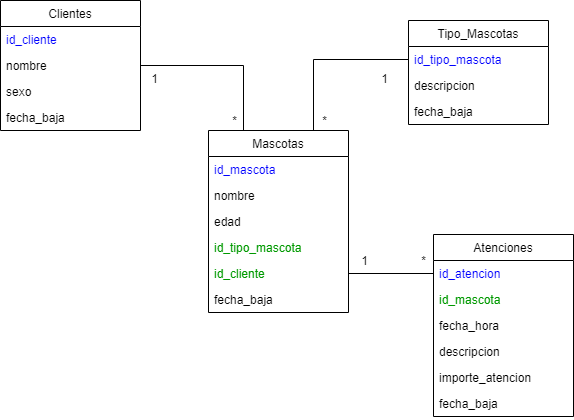
ezebarrale/Veterinaria_App keeps this draw.io diagram as Veterinaria_DB/DiagramaDBVeterinaria.drawio.png. Above is the earlier version. Source tidied: cells renumbered, new cells last; positions are measured from the earlier drawing's top-left corner, leaving out a move shared by most shapes.
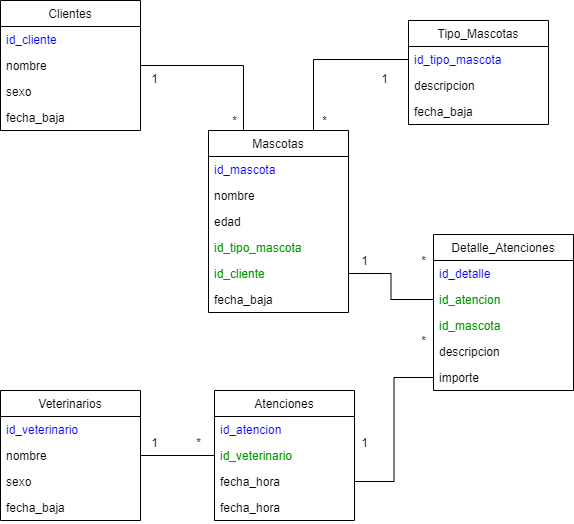
Later version of the same file.

Change to the diagram source:
```diff
@@ -41,27 +41,24 @@
     <mxCell id="14" value="fecha_baja" style="text;strokeColor=none;fillColor=none;align=left;verticalAlign=top;spacingLeft=4;spacingRight=4;overflow=hidden;fontColor=#000000;" parent="8" vertex="1">
       <mxGeometry y="156" width="140" height="26" as="geometry" />
     </mxCell>
-    <mxCell id="15" value="Atenciones" style="swimlane;fontStyle=0;horizontal=1;startSize=26;fillColor=none;" parent="1" vertex="1">
-      <mxGeometry x="433" y="234" width="140" height="182" as="geometry" />
+    <mxCell id="15" value="Detalle_Atenciones" style="swimlane;fontStyle=0;horizontal=1;startSize=26;fillColor=none;" parent="1" vertex="1">
+      <mxGeometry x="433" y="234" width="140" height="156" as="geometry" />
     </mxCell>
+    <mxCell id="34" value="id_detalle" style="text;strokeColor=none;fillColor=none;align=left;verticalAlign=top;spacingLeft=4;spacingRight=4;overflow=hidden;fontColor=#0000FF;" parent="15" vertex="1">
+      <mxGeometry y="26" width="140" height="26" as="geometry" />
+    </mxCell>
-    <mxCell id="16" value="id_atencion" style="text;strokeColor=none;fillColor=none;align=left;verticalAlign=top;spacingLeft=4;spacingRight=4;overflow=hidden;points=[[0,0.5],[1,0.5]];portConstraint=eastwest;fontColor=#0000FF;" parent="15" vertex="1">
-      <mxGeometry y="26" width="140" height="26" as="geometry" />
+    <mxCell id="16" value="id_atencion" style="text;strokeColor=none;fillColor=none;align=left;verticalAlign=top;spacingLeft=4;spacingRight=4;overflow=hidden;points=[[0,0.5],[1,0.5]];portConstraint=eastwest;fontColor=#009900;" parent="15" vertex="1">
+      <mxGeometry y="52" width="140" height="26" as="geometry" />
     </mxCell>
     <mxCell id="17" value="id_mascota" style="text;strokeColor=none;fillColor=none;align=left;verticalAlign=top;spacingLeft=4;spacingRight=4;overflow=hidden;fontColor=#009900;" parent="15" vertex="1">
-      <mxGeometry y="52" width="140" height="26" as="geometry" />
+      <mxGeometry y="78" width="140" height="26" as="geometry" />
     </mxCell>
-    <mxCell id="18" value="fecha_hora" style="text;strokeColor=none;fillColor=none;align=left;verticalAlign=top;spacingLeft=4;spacingRight=4;overflow=hidden;points=[[0,0.5],[1,0.5]];portConstraint=eastwest;" parent="15" vertex="1">
-      <mxGeometry y="78" width="140" height="26" as="geometry" />
-    </mxCell>
     <mxCell id="19" value="descripcion" style="text;strokeColor=none;fillColor=none;align=left;verticalAlign=top;spacingLeft=4;spacingRight=4;overflow=hidden;" parent="15" vertex="1">
       <mxGeometry y="104" width="140" height="26" as="geometry" />
     </mxCell>
-    <mxCell id="20" value="importe_atencion" style="text;strokeColor=none;fillColor=none;align=left;verticalAlign=top;spacingLeft=4;spacingRight=4;overflow=hidden;points=[[0,0.5],[1,0.5]];portConstraint=eastwest;" parent="15" vertex="1">
+    <mxCell id="20" value="importe" style="text;strokeColor=none;fillColor=none;align=left;verticalAlign=top;spacingLeft=4;spacingRight=4;overflow=hidden;points=[[0,0.5],[1,0.5]];portConstraint=eastwest;" parent="15" vertex="1">
       <mxGeometry y="130" width="140" height="26" as="geometry" />
     </mxCell>
-    <mxCell id="21" value="fecha_baja" style="text;strokeColor=none;fillColor=none;align=left;verticalAlign=top;spacingLeft=4;spacingRight=4;overflow=hidden;" parent="15" vertex="1">
-      <mxGeometry y="156" width="140" height="26" as="geometry" />
-    </mxCell>
     <mxCell id="22" value="Tipo_Mascotas" style="swimlane;fontStyle=0;horizontal=1;startSize=26;fillColor=none;" parent="1" vertex="1">
       <mxGeometry x="408" y="20" width="140" height="104" as="geometry" />
     </mxCell>
@@ -98,5 +95,53 @@
     <mxCell id="33" value="*" style="text;html=1;align=center;verticalAlign=middle;fillColor=none;strokeColor=none;rounded=0;" parent="1" vertex="1">
       <mxGeometry x="224" y="110" width="20" height="20" as="geometry" />
     </mxCell>
+    <mxCell id="35" value="Atenciones" style="swimlane;fontStyle=0;horizontal=1;startSize=26;fillColor=none;" parent="1" vertex="1">
+      <mxGeometry x="214" y="390" width="140" height="130" as="geometry" />
+    </mxCell>
+    <mxCell id="36" value="id_atencion" style="text;strokeColor=none;fillColor=none;align=left;verticalAlign=top;spacingLeft=4;spacingRight=4;overflow=hidden;fontColor=#0000FF;" parent="35" vertex="1">
+      <mxGeometry y="26" width="140" height="26" as="geometry" />
+    </mxCell>
+    <mxCell id="37" value="id_veterinario" style="text;strokeColor=none;fillColor=none;align=left;verticalAlign=top;spacingLeft=4;spacingRight=4;overflow=hidden;points=[[0,0.5],[1,0.5]];portConstraint=eastwest;fontColor=#009900;" parent="35" vertex="1">
+      <mxGeometry y="52" width="140" height="26" as="geometry" />
+    </mxCell>
+    <mxCell id="18" value="fecha_hora" style="text;strokeColor=none;fillColor=none;align=left;verticalAlign=top;spacingLeft=4;spacingRight=4;overflow=hidden;points=[[0,0.5],[1,0.5]];portConstraint=eastwest;" parent="35" vertex="1">
+      <mxGeometry y="78" width="140" height="26" as="geometry" />
+    </mxCell>
+    <mxCell id="38" value="fecha_hora" style="text;strokeColor=none;fillColor=none;align=left;verticalAlign=top;spacingLeft=4;spacingRight=4;overflow=hidden;" parent="35" vertex="1">
+      <mxGeometry y="104" width="140" height="26" as="geometry" />
+    </mxCell>
+    <mxCell id="39" style="edgeStyle=orthogonalEdgeStyle;rounded=0;jettySize=auto;html=1;exitX=1;exitY=0.5;exitDx=0;exitDy=0;fontColor=#0000CC;endArrow=none;endFill=0;" parent="1" edge="1" source="18" target="20">
+      <mxGeometry relative="1" as="geometry" />
+    </mxCell>
+    <mxCell id="40" value="*" style="text;html=1;align=center;verticalAlign=middle;fillColor=none;strokeColor=none;rounded=0;" parent="1" vertex="1">
+      <mxGeometry x="413" y="330" width="20" height="20" as="geometry" />
+    </mxCell>
+    <mxCell id="41" value="1" style="text;html=1;align=center;verticalAlign=middle;fillColor=none;strokeColor=none;rounded=0;" parent="1" vertex="1">
+      <mxGeometry x="354" y="432" width="20" height="20" as="geometry" />
+    </mxCell>
+    <mxCell id="42" value="Veterinarios" style="swimlane;fontStyle=0;horizontal=1;startSize=26;fillColor=none;" parent="1" vertex="1">
+      <mxGeometry y="390" width="140" height="130" as="geometry" />
+    </mxCell>
+    <mxCell id="43" value="id_veterinario" style="text;strokeColor=none;fillColor=none;align=left;verticalAlign=top;spacingLeft=4;spacingRight=4;overflow=hidden;fontColor=#0000FF;" parent="42" vertex="1">
+      <mxGeometry y="26" width="140" height="26" as="geometry" />
+    </mxCell>
+    <mxCell id="44" value="nombre" style="text;strokeColor=none;fillColor=none;align=left;verticalAlign=top;spacingLeft=4;spacingRight=4;overflow=hidden;points=[[0,0.5],[1,0.5]];portConstraint=eastwest;" parent="42" vertex="1">
+      <mxGeometry y="52" width="140" height="26" as="geometry" />
+    </mxCell>
+    <mxCell id="45" value="sexo" style="text;strokeColor=none;fillColor=none;align=left;verticalAlign=top;spacingLeft=4;spacingRight=4;overflow=hidden;" parent="42" vertex="1">
+      <mxGeometry y="78" width="140" height="26" as="geometry" />
+    </mxCell>
+    <mxCell id="21" value="fecha_baja" style="text;strokeColor=none;fillColor=none;align=left;verticalAlign=top;spacingLeft=4;spacingRight=4;overflow=hidden;" parent="42" vertex="1">
+      <mxGeometry y="104" width="140" height="26" as="geometry" />
+    </mxCell>
+    <mxCell id="46" style="edgeStyle=orthogonalEdgeStyle;rounded=0;jettySize=auto;html=1;exitX=1;exitY=0.5;exitDx=0;exitDy=0;fontColor=#0000CC;endArrow=none;endFill=0;entryX=0;entryY=0.5;entryDx=0;entryDy=0;" parent="1" edge="1" source="44" target="37">
+      <mxGeometry relative="1" as="geometry" />
+    </mxCell>
+    <mxCell id="47" value="*" style="text;html=1;align=center;verticalAlign=middle;fillColor=none;strokeColor=none;rounded=0;" parent="1" vertex="1">
+      <mxGeometry x="188" y="432" width="20" height="20" as="geometry" />
+    </mxCell>
+    <mxCell id="48" value="1" style="text;html=1;align=center;verticalAlign=middle;fillColor=none;strokeColor=none;rounded=0;" parent="1" vertex="1">
+      <mxGeometry x="144" y="432" width="20" height="20" as="geometry" />
+    </mxCell>
   </root>
 </mxGraphModel>
```
